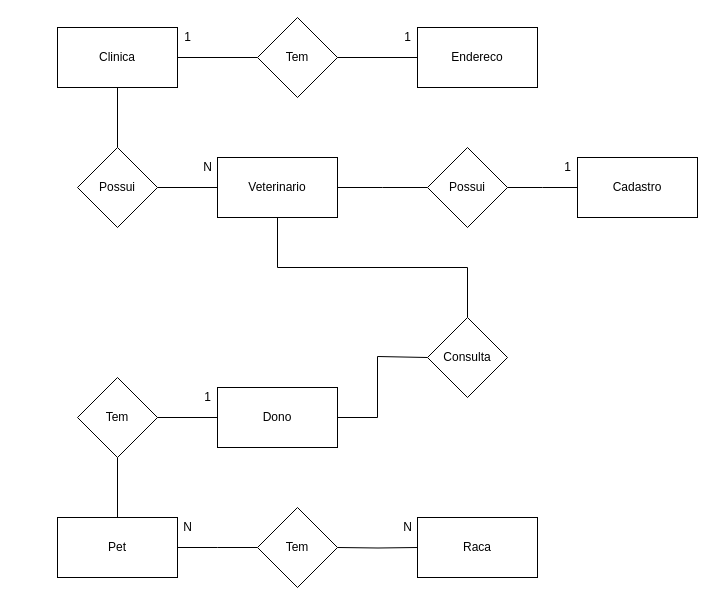
This is exercicios/1.3-exercicio-pclinics/1.3-exercicio-pclinics.drawio from Vitormanoel-melo/Sprint-1_BD_Relacional, a draw.io file, before an edit. Source tidied: cells renumbered, new cells numbered last; positions are measured from the earlier drawing's top-left corner, leaving out a move shared by most shapes. Both pictures are drawn from the tidied source at 100%, with x=0, y=0 at pixel (57, 17).
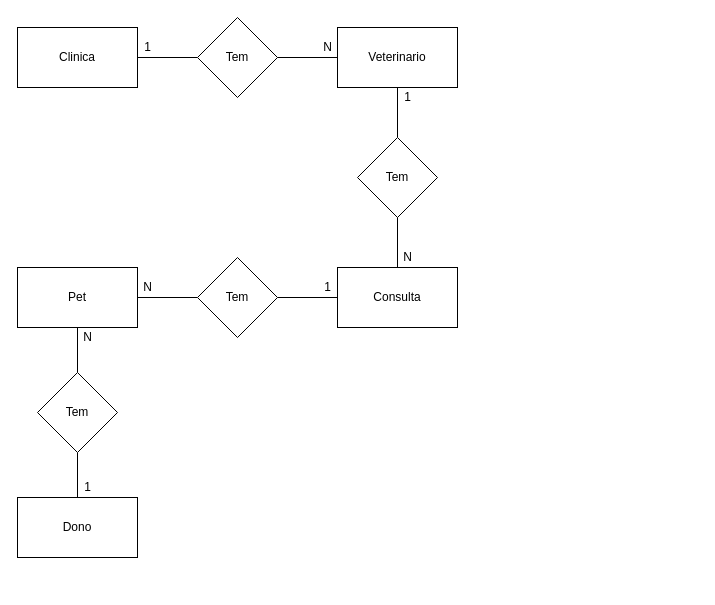
After the change.

The edit, as a diff of the source:
```diff
@@
     <mxCell id="2" value="Clinica" style="rounded=0;whiteSpace=wrap;html=1;" parent="1" vertex="1">
-      <mxGeometry y="10" width="120" height="60" as="geometry" />
+      <mxGeometry x="-40" y="10" width="120" height="60" as="geometry" />
     </mxCell>
-    <mxCell id="3" style="edgeStyle=orthogonalEdgeStyle;rounded=0;jettySize=auto;html=1;entryX=1;entryY=0.5;entryDx=0;entryDy=0;endArrow=none;endFill=0;" parent="1" edge="1" source="4" target="2">
-      <mxGeometry relative="1" as="geometry" />
-    </mxCell>
-    <mxCell id="4" value="Tem" style="rhombus;whiteSpace=wrap;html=1;" parent="1" vertex="1">
-      <mxGeometry x="200" width="80" height="80" as="geometry" />
-    </mxCell>
-    <mxCell id="5" style="edgeStyle=orthogonalEdgeStyle;rounded=0;jettySize=auto;html=1;endArrow=none;endFill=0;entryX=1;entryY=0.5;entryDx=0;entryDy=0;" parent="1" edge="1" source="6" target="4">
-      <mxGeometry relative="1" as="geometry" />
-    </mxCell>
-    <mxCell id="6" value="Endereco" style="rounded=0;whiteSpace=wrap;html=1;" parent="1" vertex="1">
-      <mxGeometry x="360" y="10" width="120" height="60" as="geometry" />
-    </mxCell>
-    <mxCell id="7" value="1" style="text;html=1;align=center;verticalAlign=middle;" parent="1" vertex="1">
-      <mxGeometry x="120" y="10" width="20" height="20" as="geometry" />
-    </mxCell>
-    <mxCell id="8" value="1" style="text;html=1;align=center;verticalAlign=middle;" parent="1" vertex="1">
-      <mxGeometry x="340" y="10" width="20" height="20" as="geometry" />
-    </mxCell>
-    <mxCell id="9" style="edgeStyle=orthogonalEdgeStyle;rounded=0;jettySize=auto;html=1;entryX=0;entryY=0.5;entryDx=0;entryDy=0;endArrow=none;endFill=0;" parent="1" edge="1" source="10">
-      <mxGeometry relative="1" as="geometry">
-        <mxPoint x="200" y="530" as="targetPoint" />
-      </mxGeometry>
-    </mxCell>
+    <mxCell id="34" style="edgeStyle=orthogonalEdgeStyle;rounded=0;jettySize=auto;html=1;entryX=0;entryY=0.5;entryDx=0;entryDy=0;endArrow=none;endFill=0;" parent="1" edge="1" source="10" target="42">
+      <mxGeometry relative="1" as="geometry" />
+    </mxCell>
     <mxCell id="10" value="Pet" style="rounded=0;whiteSpace=wrap;html=1;" parent="1" vertex="1">
-      <mxGeometry y="500" width="120" height="60" as="geometry" />
+      <mxGeometry x="-40" y="250" width="120" height="60" as="geometry" />
     </mxCell>
-    <mxCell id="11" style="edgeStyle=orthogonalEdgeStyle;rounded=0;jettySize=auto;html=1;entryX=0;entryY=0.5;entryDx=0;entryDy=0;endArrow=none;endFill=0;" parent="1" edge="1" target="14">
-      <mxGeometry relative="1" as="geometry">
-        <mxPoint x="280" y="530" as="sourcePoint" />
-      </mxGeometry>
-    </mxCell>
-    <mxCell id="12" value="Tem" style="rhombus;whiteSpace=wrap;html=1;" parent="1" vertex="1">
-      <mxGeometry x="200" y="490" width="80" height="80" as="geometry" />
-    </mxCell>
-    <mxCell id="13" value="N" style="text;html=1;align=center;verticalAlign=middle;" parent="1" vertex="1">
-      <mxGeometry x="120" y="500" width="20" height="20" as="geometry" />
-    </mxCell>
-    <mxCell id="14" value="Raca" style="rounded=0;whiteSpace=wrap;html=1;" parent="1" vertex="1">
-      <mxGeometry x="360" y="500" width="120" height="60" as="geometry" />
-    </mxCell>
-    <mxCell id="15" value="N" style="text;html=1;align=center;verticalAlign=middle;" parent="1" vertex="1">
-      <mxGeometry x="340" y="500" width="20" height="20" as="geometry" />
-    </mxCell>
-    <mxCell id="16" style="edgeStyle=orthogonalEdgeStyle;rounded=0;jettySize=auto;html=1;entryX=0.5;entryY=0;entryDx=0;entryDy=0;endArrow=none;endFill=0;" parent="1" edge="1" source="17" target="10">
-      <mxGeometry relative="1" as="geometry" />
-    </mxCell>
-    <mxCell id="17" value="Tem" style="rhombus;whiteSpace=wrap;html=1;" parent="1" vertex="1">
-      <mxGeometry x="20" y="360" width="80" height="80" as="geometry" />
-    </mxCell>
-    <mxCell id="18" style="edgeStyle=orthogonalEdgeStyle;rounded=0;jettySize=auto;html=1;entryX=1;entryY=0.5;entryDx=0;entryDy=0;endArrow=none;endFill=0;" parent="1" edge="1" source="20" target="17">
-      <mxGeometry relative="1" as="geometry" />
-    </mxCell>
-    <mxCell id="19" style="edgeStyle=orthogonalEdgeStyle;rounded=0;jettySize=auto;html=1;entryX=0;entryY=0.5;entryDx=0;entryDy=0;endArrow=none;endFill=0;" parent="1" edge="1" source="20" target="29">
-      <mxGeometry relative="1" as="geometry">
-        <Array as="points">
-          <mxPoint x="320" y="400" />
-          <mxPoint x="320" y="339" />
-        </Array>
-      </mxGeometry>
-    </mxCell>
     <mxCell id="20" value="Dono" style="rounded=0;whiteSpace=wrap;html=1;" parent="1" vertex="1">
-      <mxGeometry x="160" y="370" width="120" height="60" as="geometry" />
+      <mxGeometry x="-40" y="480" width="120" height="60" as="geometry" />
     </mxCell>
-    <mxCell id="21" value="1" style="text;html=1;align=center;verticalAlign=middle;" parent="1" vertex="1">
-      <mxGeometry x="140" y="370" width="20" height="20" as="geometry" />
-    </mxCell>
-    <mxCell id="22" style="edgeStyle=orthogonalEdgeStyle;rounded=0;jettySize=auto;html=1;endArrow=none;endFill=0;entryX=0.5;entryY=1;entryDx=0;entryDy=0;" parent="1" edge="1" source="24" target="2">
-      <mxGeometry relative="1" as="geometry" />
-    </mxCell>
-    <mxCell id="23" style="edgeStyle=orthogonalEdgeStyle;rounded=0;jettySize=auto;html=1;entryX=0;entryY=0.5;entryDx=0;entryDy=0;endArrow=none;endFill=0;" parent="1" edge="1" source="24" target="27">
-      <mxGeometry relative="1" as="geometry" />
-    </mxCell>
-    <mxCell id="24" value="Possui" style="rhombus;whiteSpace=wrap;html=1;" parent="1" vertex="1">
-      <mxGeometry x="20" y="130" width="80" height="80" as="geometry" />
-    </mxCell>
-    <mxCell id="25" style="edgeStyle=orthogonalEdgeStyle;rounded=0;jettySize=auto;html=1;endArrow=none;endFill=0;" parent="1" edge="1" source="27" target="29">
-      <mxGeometry relative="1" as="geometry">
-        <Array as="points">
-          <mxPoint x="220" y="250" />
-          <mxPoint x="410" y="250" />
-        </Array>
-      </mxGeometry>
-    </mxCell>
-    <mxCell id="26" style="edgeStyle=orthogonalEdgeStyle;rounded=0;jettySize=auto;html=1;endArrow=none;endFill=0;" parent="1" edge="1" source="27">
-      <mxGeometry relative="1" as="geometry">
-        <mxPoint x="370" y="170" as="targetPoint" />
-      </mxGeometry>
-    </mxCell>
+    <mxCell id="35" style="edgeStyle=orthogonalEdgeStyle;rounded=0;jettySize=auto;html=1;entryX=1;entryY=0.5;entryDx=0;entryDy=0;endArrow=none;endFill=0;" parent="1" edge="1" source="36" target="2">
+      <mxGeometry relative="1" as="geometry" />
+    </mxCell>
+    <mxCell id="36" value="Tem" style="rhombus;whiteSpace=wrap;html=1;" parent="1" vertex="1">
+      <mxGeometry x="140" width="80" height="80" as="geometry" />
+    </mxCell>
+    <mxCell id="37" style="edgeStyle=orthogonalEdgeStyle;rounded=0;jettySize=auto;html=1;entryX=1;entryY=0.5;entryDx=0;entryDy=0;endArrow=none;endFill=0;" parent="1" edge="1" source="27" target="36">
+      <mxGeometry relative="1" as="geometry" />
+    </mxCell>
     <mxCell id="27" value="Veterinario" style="rounded=0;whiteSpace=wrap;html=1;" parent="1" vertex="1">
-      <mxGeometry x="160" y="140" width="120" height="60" as="geometry" />
+      <mxGeometry x="280" y="10" width="120" height="60" as="geometry" />
     </mxCell>
-    <mxCell id="28" value="N" style="text;html=1;align=center;verticalAlign=middle;" parent="1" vertex="1">
-      <mxGeometry x="140" y="140" width="20" height="20" as="geometry" />
-    </mxCell>
+    <mxCell id="38" style="edgeStyle=orthogonalEdgeStyle;rounded=0;jettySize=auto;html=1;entryX=0.5;entryY=1;entryDx=0;entryDy=0;endArrow=none;endFill=0;" parent="1" edge="1" source="39" target="27">
+      <mxGeometry relative="1" as="geometry" />
+    </mxCell>
+    <mxCell id="39" value="Tem" style="rhombus;whiteSpace=wrap;html=1;" parent="1" vertex="1">
+      <mxGeometry x="300" y="120" width="80" height="80" as="geometry" />
+    </mxCell>
+    <mxCell id="40" style="edgeStyle=orthogonalEdgeStyle;rounded=0;jettySize=auto;html=1;entryX=0.5;entryY=1;entryDx=0;entryDy=0;endArrow=none;endFill=0;" parent="1" edge="1" source="29" target="39">
+      <mxGeometry relative="1" as="geometry" />
+    </mxCell>
-    <mxCell id="29" value="Consulta" style="rhombus;whiteSpace=wrap;html=1;" parent="1" vertex="1">
-      <mxGeometry x="370" y="300" width="80" height="80" as="geometry" />
+    <mxCell id="29" value="Consulta" style="rounded=0;whiteSpace=wrap;html=1;" parent="1" vertex="1">
+      <mxGeometry x="280" y="250" width="120" height="60" as="geometry" />
     </mxCell>
-    <mxCell id="30" style="edgeStyle=orthogonalEdgeStyle;rounded=0;jettySize=auto;html=1;endArrow=none;endFill=0;" parent="1" edge="1" source="31">
-      <mxGeometry relative="1" as="geometry">
-        <mxPoint x="520" y="170" as="targetPoint" />
-      </mxGeometry>
-    </mxCell>
-    <mxCell id="31" value="Possui" style="rhombus;whiteSpace=wrap;html=1;" parent="1" vertex="1">
-      <mxGeometry x="370" y="130" width="80" height="80" as="geometry" />
-    </mxCell>
-    <mxCell id="32" value="Cadastro" style="rounded=0;whiteSpace=wrap;html=1;" parent="1" vertex="1">
-      <mxGeometry x="520" y="140" width="120" height="60" as="geometry" />
-    </mxCell>
-    <mxCell id="33" value="1" style="text;html=1;align=center;verticalAlign=middle;" parent="1" vertex="1">
-      <mxGeometry x="500" y="140" width="20" height="20" as="geometry" />
-    </mxCell>
+    <mxCell id="41" style="edgeStyle=orthogonalEdgeStyle;rounded=0;jettySize=auto;html=1;entryX=0;entryY=0.5;entryDx=0;entryDy=0;endArrow=none;endFill=0;" parent="1" edge="1" source="42" target="29">
+      <mxGeometry relative="1" as="geometry" />
+    </mxCell>
+    <mxCell id="42" value="Tem" style="rhombus;whiteSpace=wrap;html=1;" parent="1" vertex="1">
+      <mxGeometry x="140" y="240" width="80" height="80" as="geometry" />
+    </mxCell>
+    <mxCell id="43" style="edgeStyle=orthogonalEdgeStyle;rounded=0;jettySize=auto;html=1;entryX=0.5;entryY=1;entryDx=0;entryDy=0;endArrow=none;endFill=0;" parent="1" edge="1" source="45" target="10">
+      <mxGeometry relative="1" as="geometry" />
+    </mxCell>
+    <mxCell id="44" style="edgeStyle=orthogonalEdgeStyle;rounded=0;jettySize=auto;html=1;entryX=0.5;entryY=0;entryDx=0;entryDy=0;endArrow=none;endFill=0;" parent="1" edge="1" source="45" target="20">
+      <mxGeometry relative="1" as="geometry" />
+    </mxCell>
+    <mxCell id="45" value="Tem" style="rhombus;whiteSpace=wrap;html=1;" parent="1" vertex="1">
+      <mxGeometry x="-20" y="355" width="80" height="80" as="geometry" />
+    </mxCell>
+    <mxCell id="46" value="1" style="text;html=1;align=center;verticalAlign=middle;" parent="1" vertex="1">
+      <mxGeometry x="80" y="20" width="20" height="20" as="geometry" />
+    </mxCell>
+    <mxCell id="47" value="N" style="text;html=1;align=center;verticalAlign=middle;" parent="1" vertex="1">
+      <mxGeometry x="260" y="20" width="20" height="20" as="geometry" />
+    </mxCell>
+    <mxCell id="48" value="N" style="text;html=1;align=center;verticalAlign=middle;" parent="1" vertex="1">
+      <mxGeometry x="340" y="230" width="20" height="20" as="geometry" />
+    </mxCell>
+    <mxCell id="49" value="1" style="text;html=1;align=center;verticalAlign=middle;" parent="1" vertex="1">
+      <mxGeometry x="340" y="70" width="20" height="20" as="geometry" />
+    </mxCell>
+    <mxCell id="50" value="1" style="text;html=1;align=center;verticalAlign=middle;" parent="1" vertex="1">
+      <mxGeometry x="260" y="260" width="20" height="20" as="geometry" />
+    </mxCell>
+    <mxCell id="51" value="N" style="text;html=1;align=center;verticalAlign=middle;" parent="1" vertex="1">
+      <mxGeometry x="80" y="260" width="20" height="20" as="geometry" />
+    </mxCell>
+    <mxCell id="52" value="N" style="text;html=1;align=center;verticalAlign=middle;" parent="1" vertex="1">
+      <mxGeometry x="20" y="310" width="20" height="20" as="geometry" />
+    </mxCell>
+    <mxCell id="53" value="1" style="text;html=1;align=center;verticalAlign=middle;" parent="1" vertex="1">
+      <mxGeometry x="20" y="460" width="20" height="20" as="geometry" />
+    </mxCell>
```
